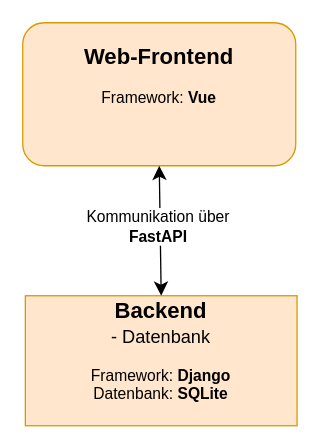
This is docs/Praesentation/Unbenanntes Diagramm.drawio from Gorg-tech/StudIQ, a draw.io file, before an edit. Source tidied: cells renumbered, new cells numbered last; positions are measured from the earlier drawing's top-left corner, leaving out a move shared by most shapes. Both pictures are drawn from the tidied source at 130%, with x=0, y=0 at pixel (22, 22).
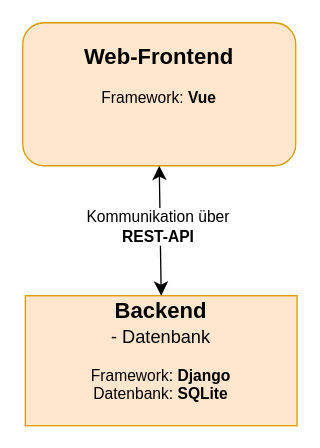
The same page after the edit.

Commit message:
FastAPI -> REST-API

Change to the diagram source:
```diff
@@
 <mxGraphModel>
   <root>
     <mxCell id="0" />
     <mxCell id="1" parent="0" />
     <mxCell id="2" value="&lt;div&gt;&lt;b&gt;&lt;font style=&quot;font-size: 17px;&quot;&gt;Backend&lt;/font&gt;&lt;/b&gt;&lt;/div&gt;&lt;div&gt;&lt;font style=&quot;font-size: 14px;&quot;&gt;- Datenbank&lt;/font&gt;&lt;/div&gt;&lt;div&gt;&lt;b&gt;&lt;br&gt;&lt;/b&gt;&lt;/div&gt;&lt;div&gt;Framework: &lt;b&gt;Django&lt;/b&gt;&lt;/div&gt;&lt;div&gt;Datenbank:&amp;nbsp;&lt;b&gt;SQLite&lt;/b&gt;&lt;/div&gt;&lt;div&gt;&lt;br&gt;&lt;/div&gt;" style="rounded=0;whiteSpace=wrap;html=1;fillColor=#ffe6cc;strokeColor=#d79b00;gradientColor=none;" parent="1" vertex="1">
       <mxGeometry x="2" y="210" width="209" height="100" as="geometry" />
     </mxCell>
     <mxCell id="3" value="&lt;div&gt;&lt;b&gt;&lt;font style=&quot;font-size: 17px;&quot;&gt;Web-Frontend&lt;/font&gt;&lt;/b&gt;&lt;/div&gt;&lt;div&gt;&lt;b&gt;&lt;br&gt;&lt;/b&gt;&lt;/div&gt;&lt;div&gt;Framework: &lt;b&gt;Vue&lt;/b&gt;&lt;/div&gt;&lt;div&gt;&lt;br&gt;&lt;br&gt;&lt;/div&gt;" style="rounded=1;whiteSpace=wrap;html=1;fillColor=#ffe6cc;strokeColor=#d79b00;" parent="1" vertex="1">
       <mxGeometry width="210" height="110" as="geometry" />
     </mxCell>
     <mxCell id="4" style="endArrow=classic;startArrow=classic;html=1;rounded=0;fontSize=12;startSize=8;endSize=8;curved=1;entryX=0.5;entryY=1;entryDx=0;entryDy=0;exitX=0.5;exitY=0;exitDx=0;exitDy=0;" parent="1" edge="1" source="2" target="3">
       <mxGeometry relative="1" as="geometry" />
     </mxCell>
-    <mxCell id="5" value="&lt;div&gt;Kommunikation über&lt;/div&gt;&lt;div&gt;&lt;b&gt;FastAPI&lt;/b&gt;&lt;/div&gt;" style="edgeLabel;html=1;align=center;verticalAlign=middle;fontSize=12;" parent="4" vertex="1">
+    <mxCell id="5" value="&lt;div&gt;Kommunikation über&lt;/div&gt;&lt;div&gt;&lt;b&gt;REST-API&lt;/b&gt;&lt;/div&gt;" style="edgeLabel;html=1;align=center;verticalAlign=middle;fontSize=12;" parent="4" vertex="1">
       <mxGeometry x="0.08" y="2" relative="1" as="geometry" />
     </mxCell>
   </root>
 </mxGraphModel>
```
